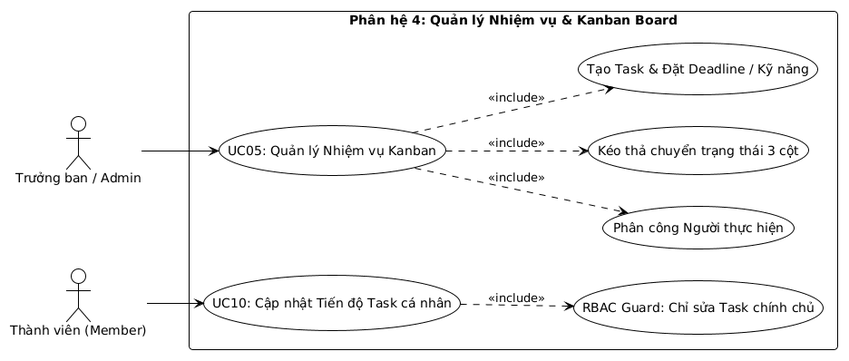
Above: images/usecase_sub4_task.png in nda2801/Student_Club_Management (PlantUML), before the change. Its source is kept beside it as docs/plantuml/usecase_sub4_task.puml.
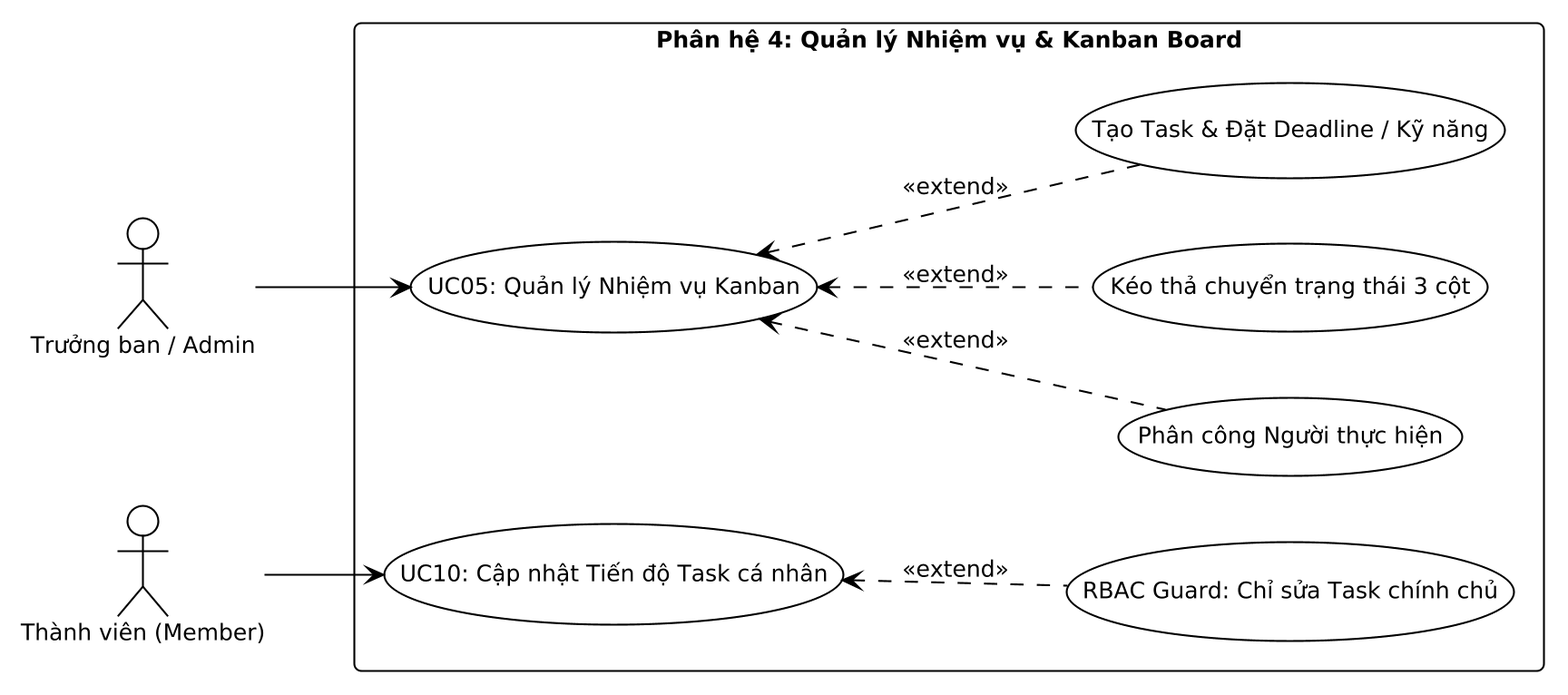
Above is the later version.

Change to the diagram source:
```diff
@@ -3,6 +3,9 @@
 skinparam backgroundColor #FFFFFF
 skinparam shadowing false
 skinparam roundcorner 8
+skinparam defaultFontName "Segoe UI"
+skinparam defaultFontSize 12
+skinparam dpi 200
 
 left to right direction
 actor "Trưởng ban / Admin" as Leader
@@ -18,10 +21,10 @@
 }
 
 Leader --> UC05
-UC05 ..> UC05_Create : <<include>>
-UC05 ..> UC05_Assign : <<include>>
-UC05 ..> UC05_Move : <<include>>
+UC05 <.. UC05_Create : <<extend>>
+UC05 <.. UC05_Assign : <<extend>>
+UC05 <.. UC05_Move : <<extend>>
 
 Member --> UC10
-UC10 ..> UC10_RBAC : <<include>>
+UC10 <.. UC10_RBAC : <<extend>>
 @enduml
```
